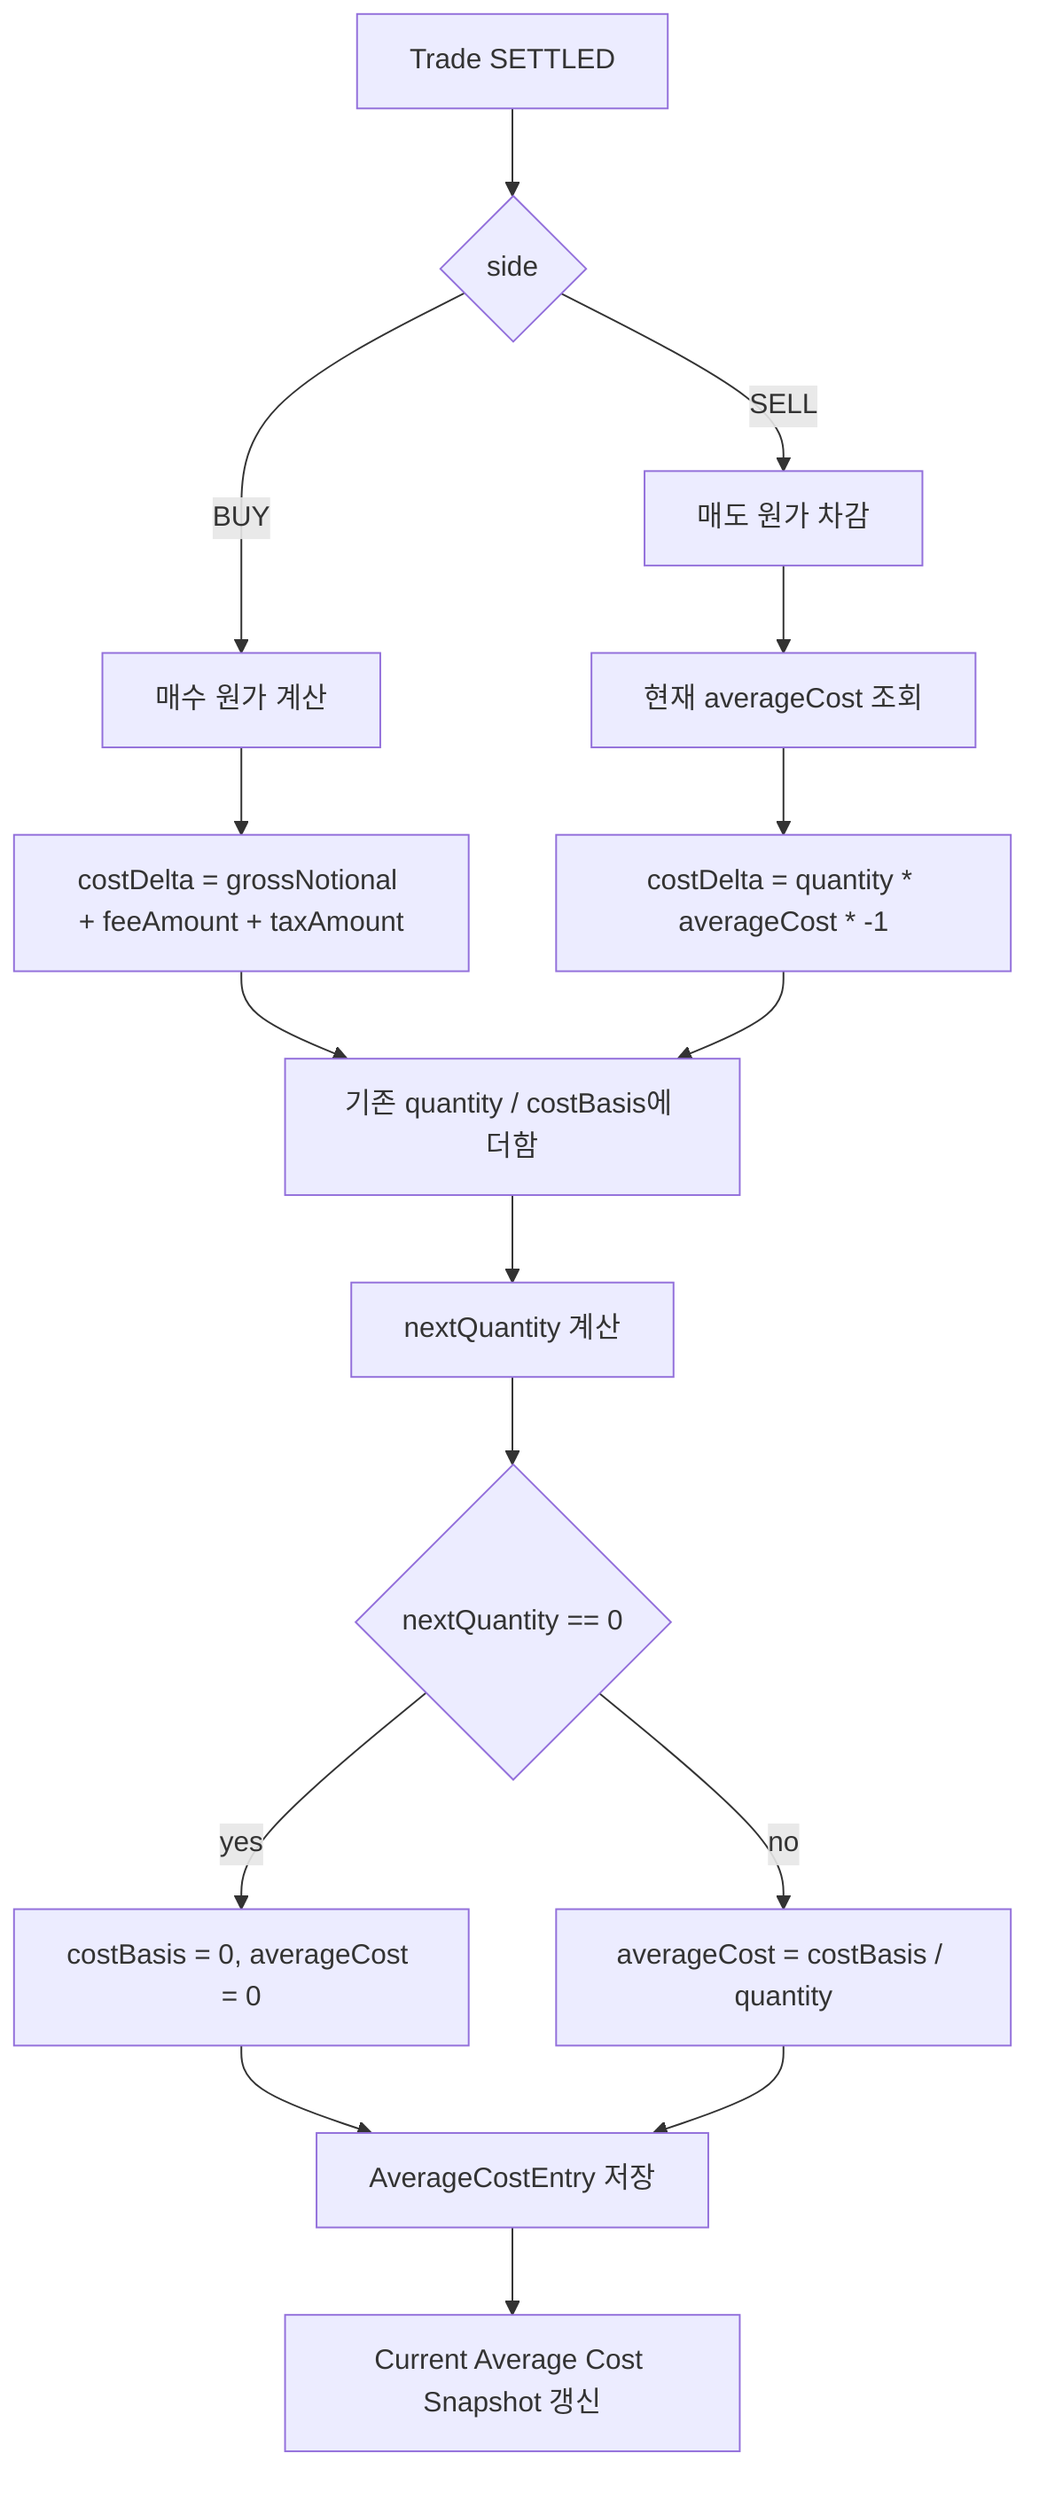
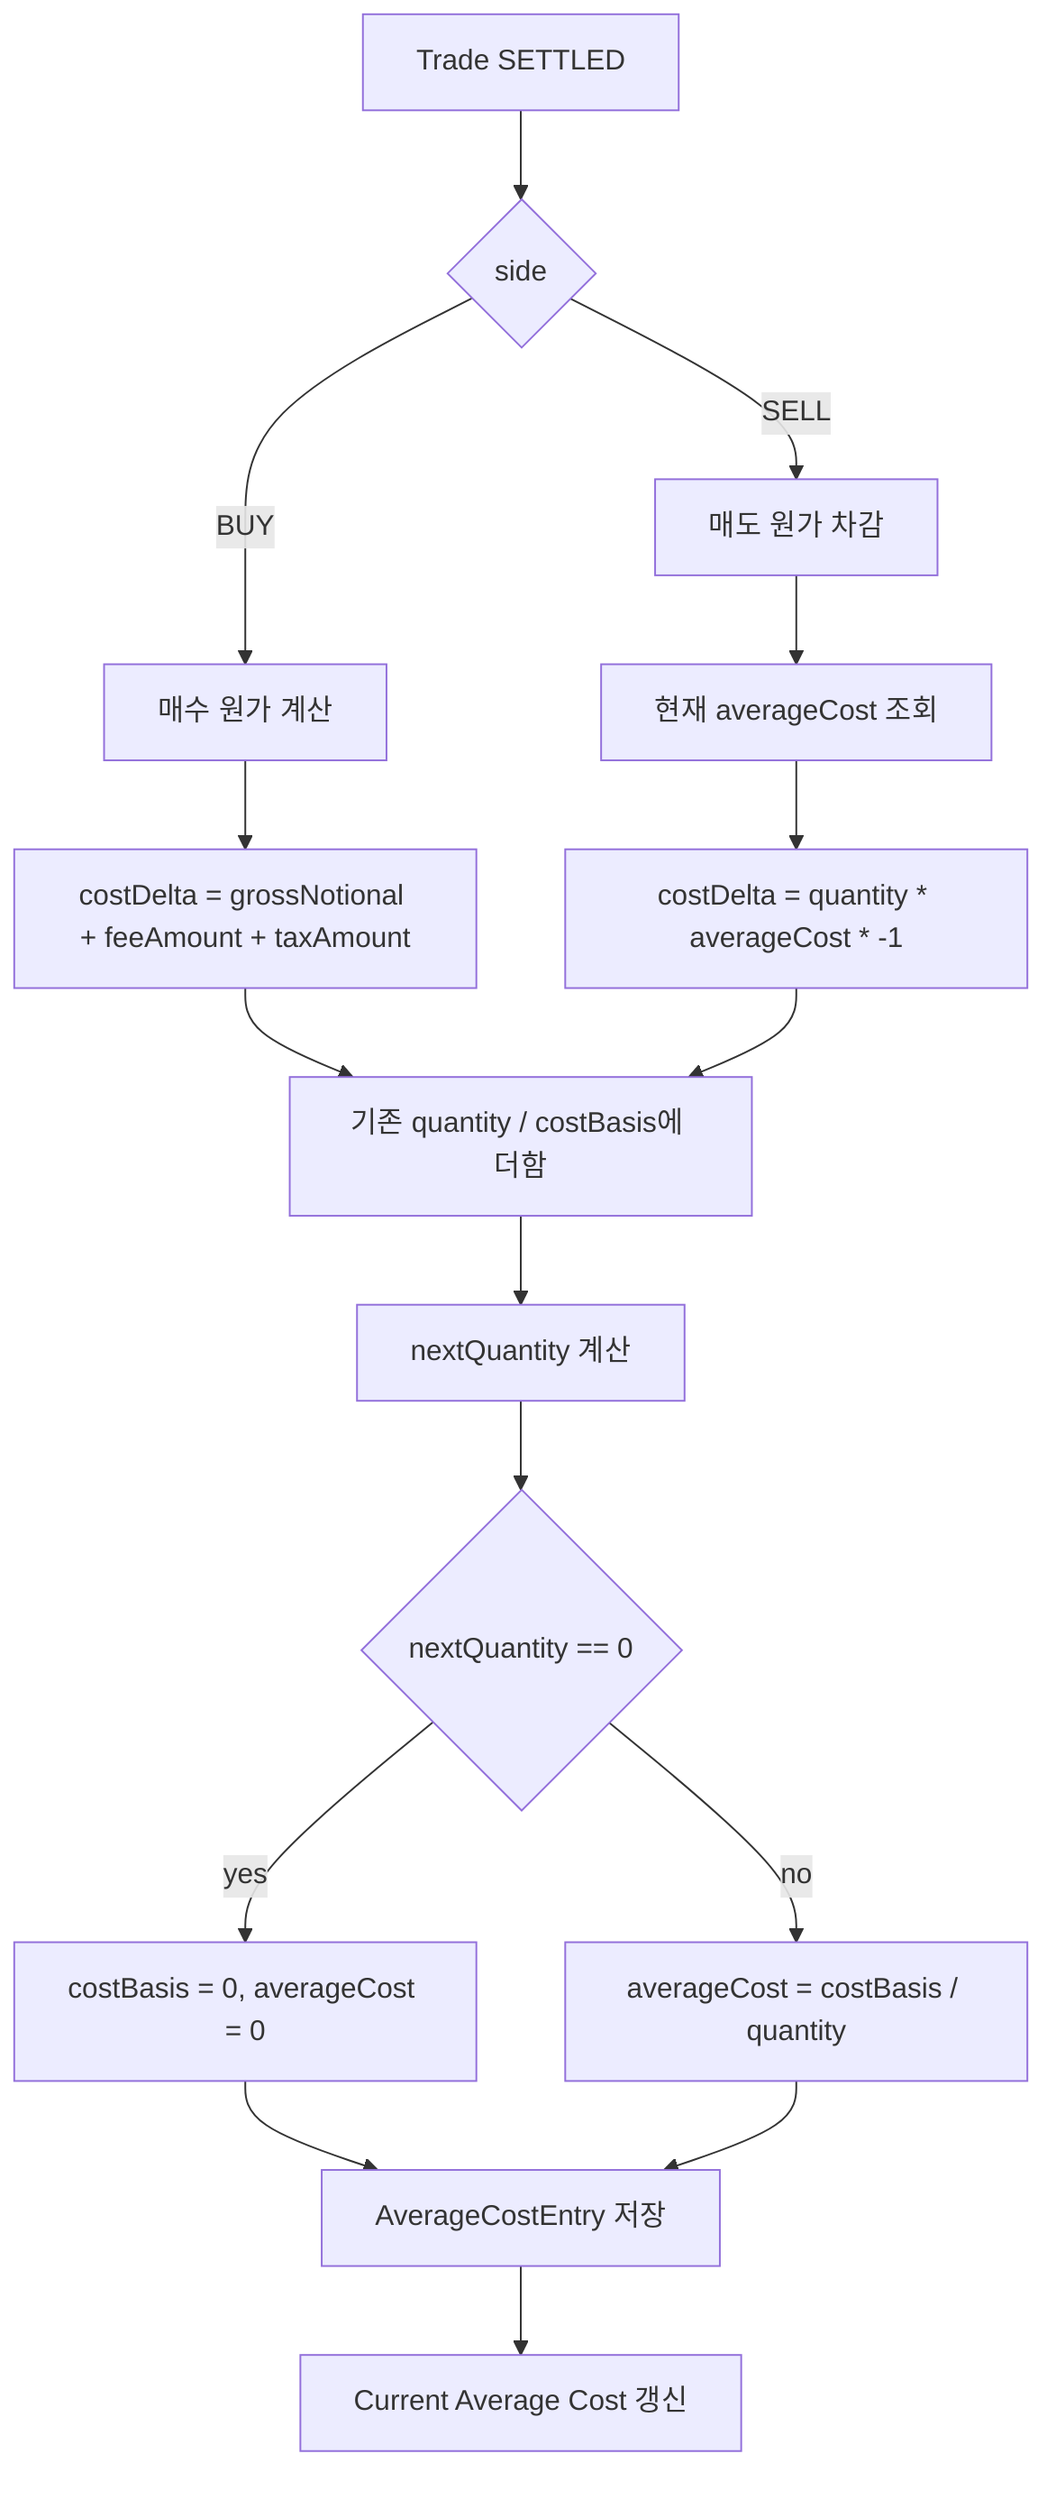
flowchart TD
    A[Trade SETTLED] --> B{side}

    B -->|BUY| C[매수 원가 계산]
    C --> C1[costDelta = grossNotional + feeAmount + taxAmount]
    C1 --> D[기존 quantity / costBasis에 더함]

    B -->|SELL| E[매도 원가 차감]
    E --> E1[현재 averageCost 조회]
    E1 --> E2[costDelta = quantity * averageCost * -1]
    E2 --> D

    D --> F[nextQuantity 계산]
    F --> G{nextQuantity == 0}
    G -->|yes| H[costBasis = 0, averageCost = 0]
    G -->|no| I[averageCost = costBasis / quantity]

    H --> J[AverageCostEntry 저장]
    I --> J
-     J --> K[Current Average Cost Snapshot 갱신]
+     J --> K[Current Average Cost 갱신]
